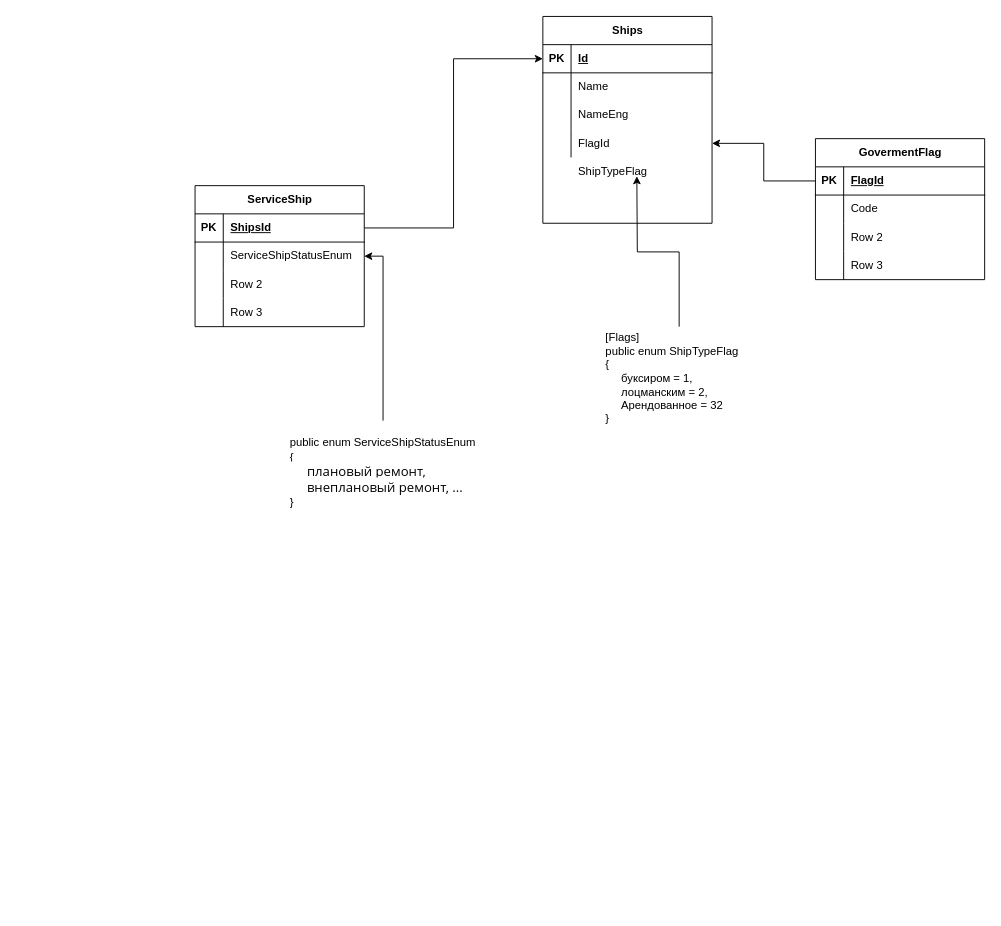
The draw.io diagram page "Наброски решений" (10 of 11) of Pilot Схема потоков данных.drawio in aaf1974/ProjectDiagram, before the edit. Source tidied: cells renumbered, new cells numbered last; positions are measured from the earlier drawing's top-left corner, leaving out a move shared by most shapes. Both pictures are drawn from the tidied source at 94%, with x=0, y=0 at pixel (195, 16).
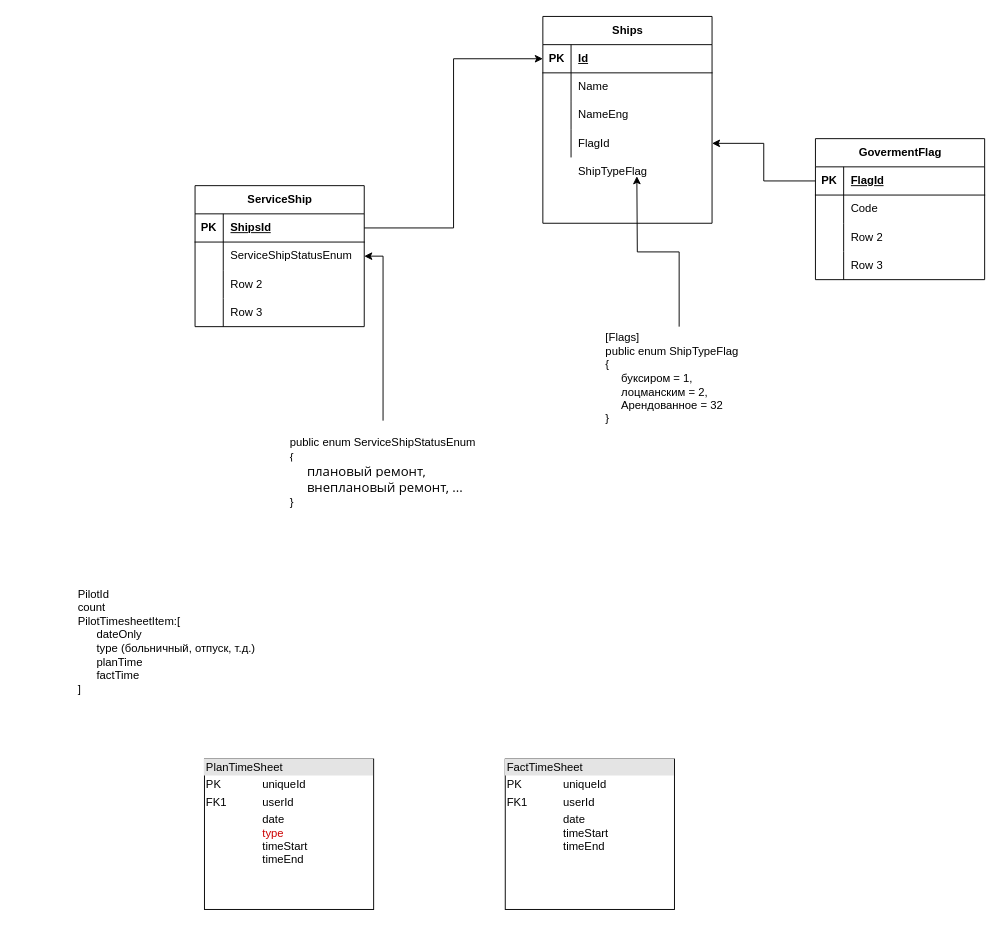
Above is the later version.

Diff of the diagram source:
```diff
@@
+    <mxCell id="48" value="&lt;div style=&quot;text-align: left;&quot;&gt;&lt;span style=&quot;background-color: initial;&quot;&gt;PilotId&lt;/span&gt;&lt;/div&gt;&lt;div style=&quot;text-align: left;&quot;&gt;&lt;span style=&quot;background-color: initial;&quot;&gt;count&lt;/span&gt;&lt;/div&gt;&lt;div style=&quot;text-align: left;&quot;&gt;&lt;span style=&quot;background-color: initial;&quot;&gt;PilotTimesheetItem:[&lt;/span&gt;&lt;/div&gt;&lt;div style=&quot;text-align: left;&quot;&gt;&lt;span style=&quot;background-color: initial;&quot;&gt;&amp;nbsp; &amp;nbsp; &amp;nbsp; dateOnly&lt;/span&gt;&lt;/div&gt;&lt;div style=&quot;text-align: left;&quot;&gt;&lt;span style=&quot;background-color: initial;&quot;&gt;&amp;nbsp; &amp;nbsp; &amp;nbsp; type (больничный, отпуск, т.д.)&lt;/span&gt;&lt;/div&gt;&lt;div style=&quot;text-align: left;&quot;&gt;&lt;span style=&quot;background-color: initial;&quot;&gt;&amp;nbsp; &amp;nbsp; &amp;nbsp; planTime&lt;/span&gt;&lt;/div&gt;&lt;div style=&quot;text-align: left;&quot;&gt;&lt;span style=&quot;background-color: initial;&quot;&gt;&amp;nbsp; &amp;nbsp; &amp;nbsp; factTime&lt;/span&gt;&lt;/div&gt;&lt;div style=&quot;text-align: left;&quot;&gt;&lt;span style=&quot;background-color: initial;&quot;&gt;]&lt;/span&gt;&lt;/div&gt;" style="text;strokeColor=none;align=center;fillColor=none;html=1;verticalAlign=middle;whiteSpace=wrap;rounded=0;" parent="1" vertex="1">
+      <mxGeometry x="-190" y="610" width="320" height="110" as="geometry" />
+    </mxCell>
+    <mxCell id="49" value="&lt;div style=&quot;box-sizing:border-box;width:100%;background:#e4e4e4;padding:2px;&quot;&gt;PlanTimeSheet&lt;/div&gt;&lt;table style=&quot;width:100%;font-size:1em;&quot; cellpadding=&quot;2&quot; cellspacing=&quot;0&quot;&gt;&lt;tbody&gt;&lt;tr&gt;&lt;td&gt;PK&lt;/td&gt;&lt;td&gt;uniqueId&lt;/td&gt;&lt;/tr&gt;&lt;tr&gt;&lt;td&gt;FK1&lt;/td&gt;&lt;td&gt;userId&lt;/td&gt;&lt;/tr&gt;&lt;tr&gt;&lt;td&gt;&lt;/td&gt;&lt;td&gt;date&lt;br&gt;&lt;font color=&quot;#cc0000&quot;&gt;type&lt;br&gt;&lt;/font&gt;timeStart&lt;br&gt;timeEnd&lt;/td&gt;&lt;/tr&gt;&lt;/tbody&gt;&lt;/table&gt;" style="verticalAlign=top;align=left;overflow=fill;html=1;whiteSpace=wrap;" parent="1" vertex="1">
+      <mxGeometry x="10" y="790" width="180" height="160" as="geometry" />
+    </mxCell>
+    <mxCell id="50" value="&lt;div style=&quot;box-sizing:border-box;width:100%;background:#e4e4e4;padding:2px;&quot;&gt;FactTimeSheet&lt;/div&gt;&lt;table style=&quot;width:100%;font-size:1em;&quot; cellpadding=&quot;2&quot; cellspacing=&quot;0&quot;&gt;&lt;tbody&gt;&lt;tr&gt;&lt;td&gt;PK&lt;/td&gt;&lt;td&gt;uniqueId&lt;/td&gt;&lt;/tr&gt;&lt;tr&gt;&lt;td&gt;FK1&lt;/td&gt;&lt;td&gt;userId&lt;/td&gt;&lt;/tr&gt;&lt;tr&gt;&lt;td&gt;&lt;/td&gt;&lt;td&gt;date&lt;br&gt;timeStart&lt;br&gt;timeEnd&lt;/td&gt;&lt;/tr&gt;&lt;/tbody&gt;&lt;/table&gt;" style="verticalAlign=top;align=left;overflow=fill;html=1;whiteSpace=wrap;" parent="1" vertex="1">
+      <mxGeometry x="330" y="790" width="180" height="160" as="geometry" />
+    </mxCell>
```
